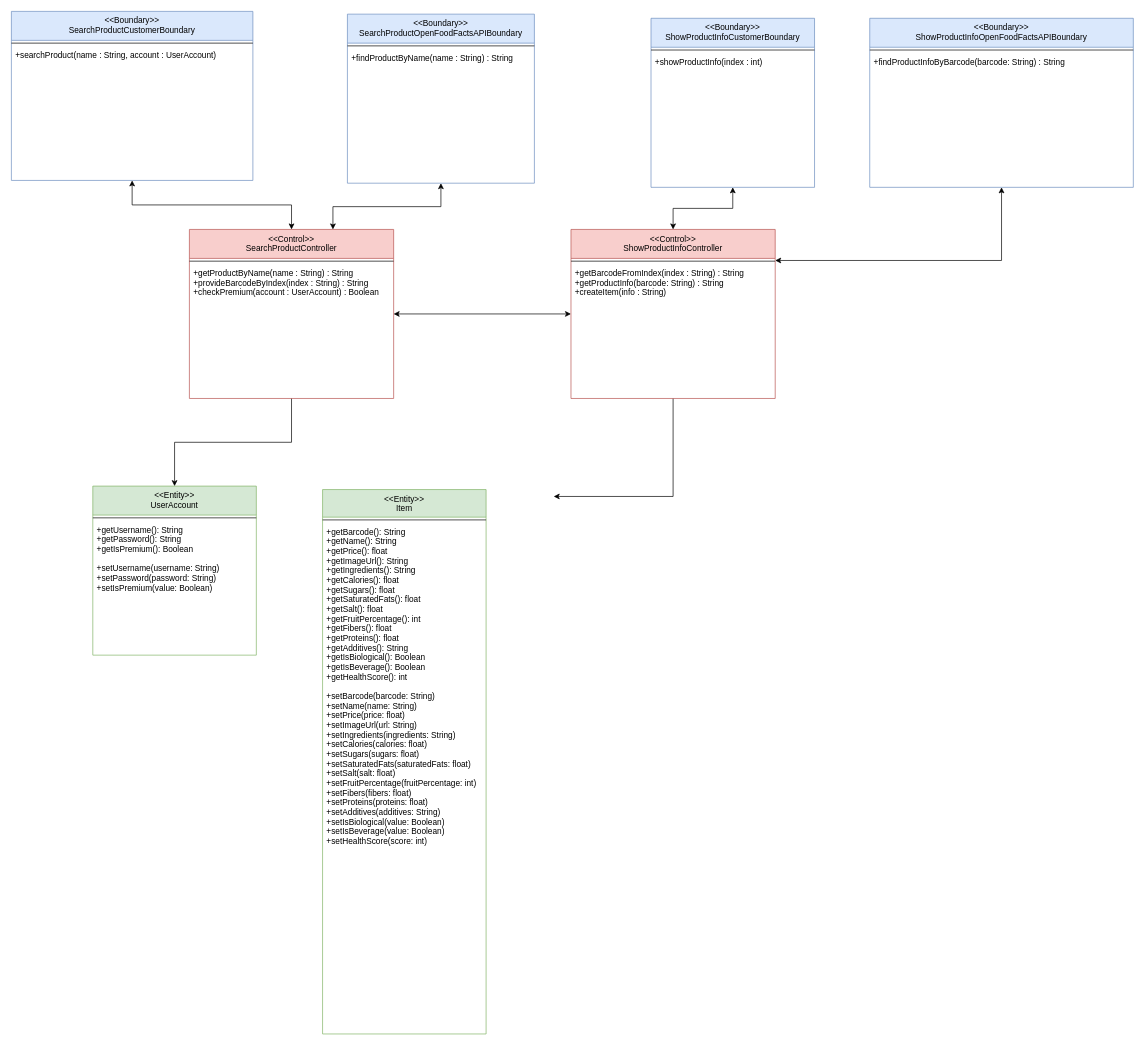
Above: docx&pdf/ClassDiagram_BCE/SearchProduct_BCE.drawio in FredHats99/HealthyCart (draw.io), before the change. Source tidied: cells renumbered, new cells numbered last; positions are measured from the earlier drawing's top-left corner, leaving out a move shared by most shapes. Both pictures are drawn from the tidied source at 69%, with x=0, y=0 at pixel (11, 11).
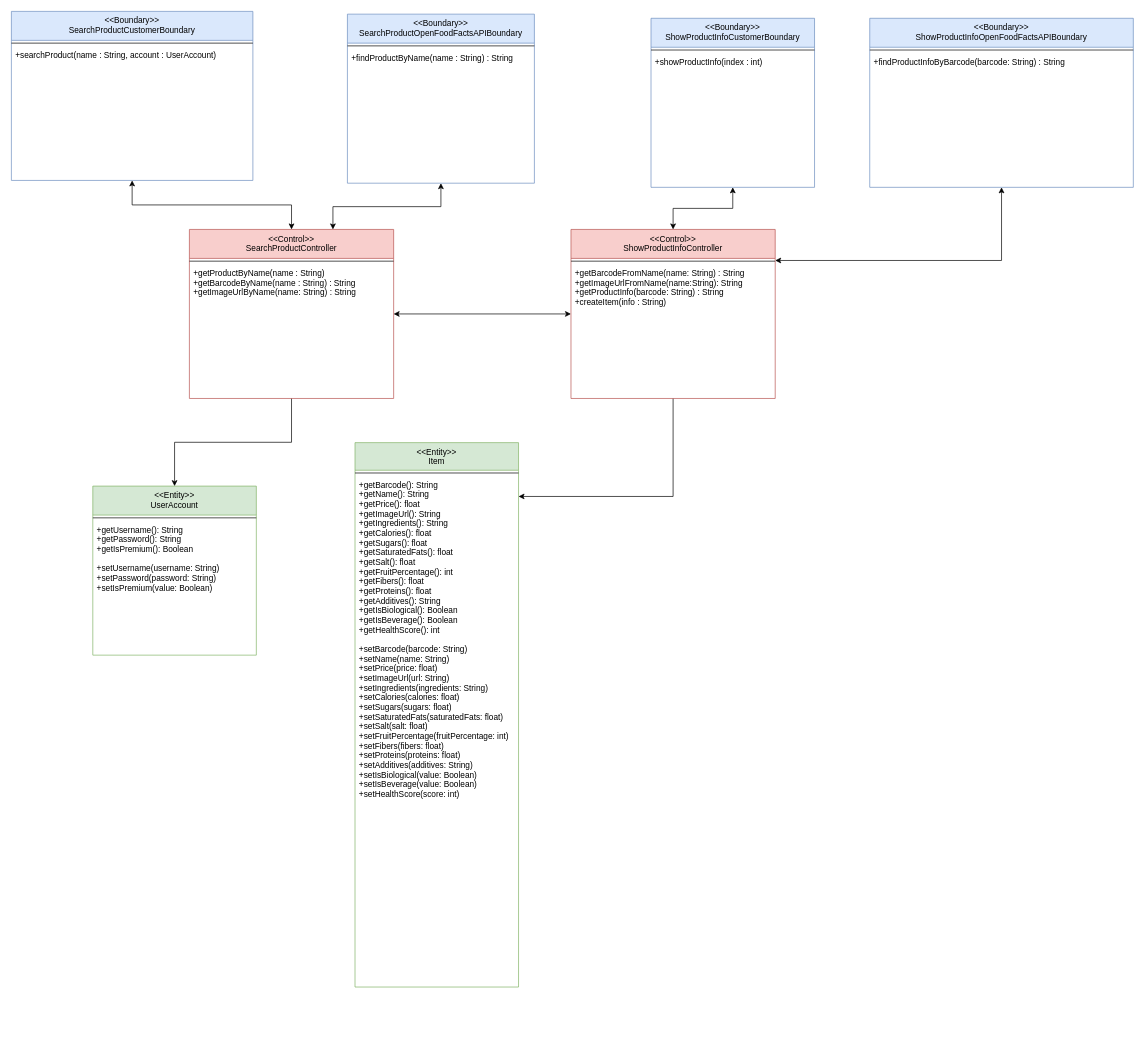
The same page after the edit.

The change refers to these unchanged cells:
```xml
<mxCell id="7" value="+getBarcode(): String&#10;+getName(): String&#10;+getPrice(): float&#10;+getImageUrl(): String&#10;+getIngredients(): String&#10;+getCalories(): float&#10;+getSugars(): float&#10;+getSaturatedFats(): float&#10;+getSalt(): float&#10;+getFruitPercentage(): int&#10;+getFibers(): float&#10;+getProteins(): float&#10;+getAdditives(): String&#10;+getIsBiological(): Boolean&#10;+getIsBeverage(): Boolean&#10;+getHealthScore(): int&#10;&#10;+setBarcode(barcode: String)&#10;+setName(name: String)&#10;+setPrice(price: float)&#10;+setImageUrl(url: String)&#10;+setIngredients(ingredients: String)&#10;+setCalories(calories: float)&#10;+setSugars(sugars: float)&#10;+setSaturatedFats(saturatedFats: float)&#10;+setSalt(salt: float)&#10;+setFruitPercentage(fruitPercentage: int)&#10;+setFibers(fibers: float)&#10;+setProteins(proteins: float)&#10;+setAdditives(additives: String)&#10;+setIsBiological(value: Boolean)&#10;+setIsBeverage(value: Boolean)&#10;+setHealthScore(score: int)&#10; " style="text;align=left;verticalAlign=top;spacingLeft=4;spacingRight=4;overflow=hidden;points=[[0,0.5],[1,0.5]];portConstraint=eastwest;" parent="5" vertex="1">
  <mxGeometry y="48" width="237" height="484" as="geometry" />
</mxCell>
<mxCell id="9" value="&lt;&lt;Control&gt;&gt;&#10;SearchProductController" style="swimlane;fontStyle=0;align=center;verticalAlign=top;horizontal=1;startSize=42;rounded=0;shadow=0;strokeWidth=1;fillColor=#f8cecc;strokeColor=#b85450;" parent="1" vertex="1">
  <mxGeometry x="258" y="316" width="296" height="245" as="geometry" />
</mxCell>
<mxCell id="27" value="&lt;&lt;Control&gt;&gt;&#10;ShowProductInfoController" style="swimlane;fontStyle=0;align=center;verticalAlign=top;horizontal=1;startSize=42;rounded=0;shadow=0;strokeWidth=1;fillColor=#f8cecc;strokeColor=#b85450;" parent="1" vertex="1">
  <mxGeometry x="811" y="316" width="296" height="245" as="geometry" />
</mxCell>
```

What changed in the source:
```diff
@@
     <mxCell id="5" value="&lt;&lt;Entity&gt;&gt;&#10;Item" style="swimlane;fontStyle=0;align=center;verticalAlign=top;horizontal=1;startSize=40;rounded=0;shadow=0;strokeWidth=1;fillColor=#d5e8d4;strokeColor=#82b366;" parent="1" vertex="1">
-      <mxGeometry x="451" y="693" width="237" height="789" as="geometry" />
+      <mxGeometry x="498" y="625" width="237" height="789" as="geometry" />
     </mxCell>
@@
-    <mxCell id="11" value="+getProductByName(name : String) : String&#10;+provideBarcodeByIndex(index : String) : String&#10;+checkPremium(account : UserAccount) : Boolean" style="text;align=left;verticalAlign=top;spacingLeft=4;spacingRight=4;overflow=hidden;" parent="9" vertex="1">
+    <mxCell id="11" value="+getProductByName(name : String) &#10;+getBarcodeByName(name : String) : String&#10;+getImageUrlByName(name: String) : String" style="text;align=left;verticalAlign=top;spacingLeft=4;spacingRight=4;overflow=hidden;" parent="9" vertex="1">
       <mxGeometry y="50" width="296" height="118" as="geometry" />
     </mxCell>
@@
-    <mxCell id="26" style="edgeStyle=orthogonalEdgeStyle;rounded=0;jettySize=auto;html=1;startArrow=none;startFill=0;" parent="1" edge="1" source="27">
+    <mxCell id="26" style="edgeStyle=orthogonalEdgeStyle;rounded=0;jettySize=auto;html=1;startArrow=none;startFill=0;" parent="1" edge="1" source="27" target="7">
       <mxGeometry relative="1" as="geometry">
-        <mxPoint x="786" y="703" as="targetPoint" />
         <Array as="points">
           <mxPoint x="959" y="703" />
         </Array>
       </mxGeometry>
     </mxCell>
@@
-    <mxCell id="29" value="+getBarcodeFromIndex(index : String) : String&#10;+getProductInfo(barcode: String) : String&#10;+createItem(info : String)" style="text;align=left;verticalAlign=top;spacingLeft=4;spacingRight=4;overflow=hidden;" parent="27" vertex="1">
+    <mxCell id="29" value="+getBarcodeFromName(name: String) : String&#10;+getImageUrlFromName(name:String): String&#10;+getProductInfo(barcode: String) : String&#10;+createItem(info : String)" style="text;align=left;verticalAlign=top;spacingLeft=4;spacingRight=4;overflow=hidden;" parent="27" vertex="1">
       <mxGeometry y="50" width="296" height="118" as="geometry" />
     </mxCell>
```
